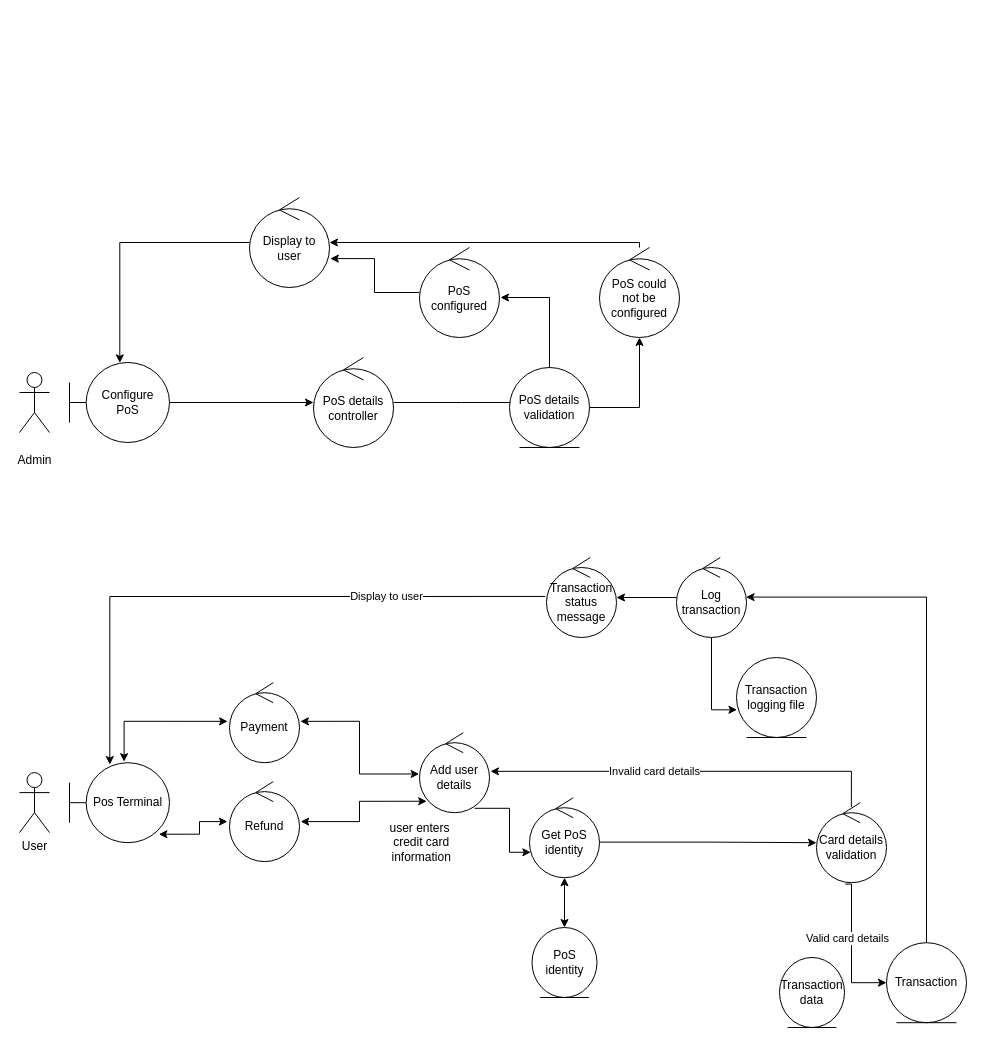
TomStrong/Com528-Assessment keeps this draw.io diagram as docs/UMLDiagrams/RobustnessDiagram.drawio. Above is the earlier version. Source tidied: cells renumbered, new cells numbered last; positions are measured from the earlier drawing's top-left corner, leaving out a move shared by most shapes. Both pictures are drawn from the tidied source at 100%, with x=0, y=0 at pixel (19, 197).
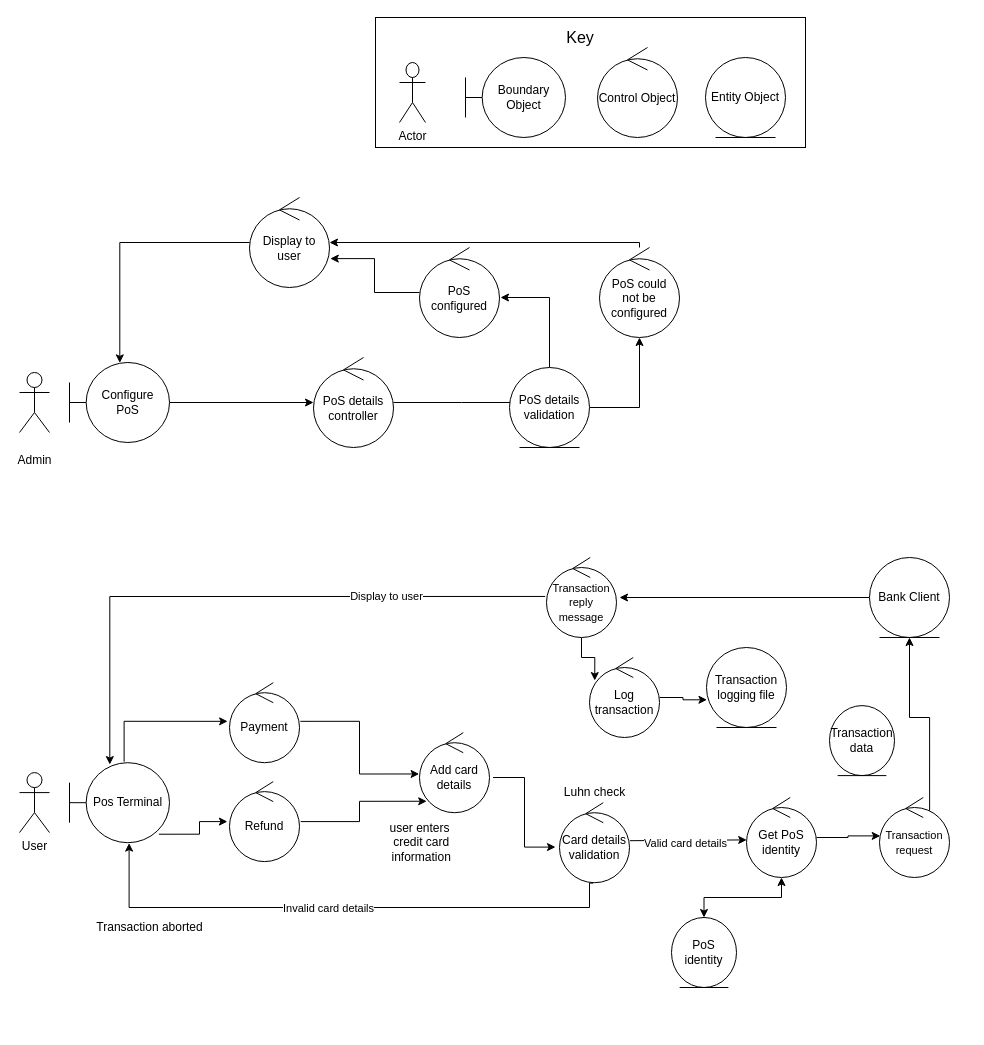
The same diagram, later.

Commit message (it also covers changes not shown here):
tweaked robustness diagram

The change refers to these unchanged cells:
```xml
<mxCell id="9" value="Payment" style="ellipse;shape=umlControl;whiteSpace=wrap;html=1;" parent="1" vertex="1">
  <mxGeometry x="210" y="485.2" width="70" height="80" as="geometry" />
</mxCell>
<mxCell id="17" value="Pos Terminal" style="shape=umlBoundary;whiteSpace=wrap;html=1;" parent="1" vertex="1">
  <mxGeometry x="50" y="565.2" width="100" height="80" as="geometry" />
</mxCell>
<mxCell id="24" value="Refund" style="ellipse;shape=umlControl;whiteSpace=wrap;html=1;" parent="1" vertex="1">
  <mxGeometry x="210" y="584.1" width="70" height="80" as="geometry" />
</mxCell>
```

The edit, as a diff of the source:
```diff
@@
-    <mxCell id="3" style="edgeStyle=orthogonalEdgeStyle;rounded=0;jettySize=auto;html=1;exitX=0.5;exitY=0;exitDx=0;exitDy=0;startArrow=none;startFill=0;endArrow=classic;endFill=1;entryX=0.994;entryY=0.495;entryDx=0;entryDy=0;entryPerimeter=0;" parent="1" edge="1" source="4" target="21">
-      <mxGeometry relative="1" as="geometry">
-        <Array as="points">
-          <mxPoint x="907" y="400" />
-          <mxPoint x="727" y="400" />
-        </Array>
-      </mxGeometry>
-    </mxCell>
+    <mxCell id="46" style="edgeStyle=orthogonalEdgeStyle;rounded=0;jettySize=auto;html=1;startArrow=none;startFill=0;endArrow=classic;endFill=1;" parent="1" edge="1" source="4">
+      <mxGeometry relative="1" as="geometry">
+        <mxPoint x="600" y="400" as="targetPoint" />
+      </mxGeometry>
+    </mxCell>
-    <mxCell id="4" value="Transaction" style="ellipse;shape=umlEntity;whiteSpace=wrap;html=1;" parent="1" vertex="1">
-      <mxGeometry x="867" y="745.2" width="80" height="80" as="geometry" />
+    <mxCell id="4" value="Bank Client" style="ellipse;shape=umlEntity;whiteSpace=wrap;html=1;" parent="1" vertex="1">
+      <mxGeometry x="850" y="360" width="80" height="80" as="geometry" />
     </mxCell>
-    <mxCell id="5" style="edgeStyle=orthogonalEdgeStyle;rounded=0;jettySize=auto;html=1;startArrow=none;startFill=0;endArrow=classic;endFill=1;exitX=0.498;exitY=0.053;exitDx=0;exitDy=0;exitPerimeter=0;entryX=1.014;entryY=0.483;entryDx=0;entryDy=0;entryPerimeter=0;" parent="1" edge="1" source="13" target="26">
+    <mxCell id="5" style="edgeStyle=orthogonalEdgeStyle;rounded=0;jettySize=auto;html=1;startArrow=none;startFill=0;endArrow=classic;endFill=1;exitX=0.48;exitY=1.005;exitDx=0;exitDy=0;exitPerimeter=0;entryX=0.596;entryY=1.005;entryDx=0;entryDy=0;entryPerimeter=0;" parent="1" edge="1" source="13" target="17">
       <mxGeometry relative="1" as="geometry">
         <Array as="points">
-          <mxPoint x="832" y="574" />
+          <mxPoint x="570" y="686" />
+          <mxPoint x="570" y="710" />
+          <mxPoint x="110" y="710" />
         </Array>
       </mxGeometry>
     </mxCell>
@@
-    <mxCell id="7" style="edgeStyle=orthogonalEdgeStyle;rounded=0;jettySize=auto;html=1;entryX=0.546;entryY=-0.012;entryDx=0;entryDy=0;entryPerimeter=0;startArrow=classic;startFill=1;endArrow=classic;endFill=1;exitX=-0.027;exitY=0.483;exitDx=0;exitDy=0;exitPerimeter=0;" parent="1" edge="1" source="9" target="17">
+    <mxCell id="7" style="edgeStyle=orthogonalEdgeStyle;rounded=0;jettySize=auto;html=1;entryX=0.546;entryY=-0.012;entryDx=0;entryDy=0;entryPerimeter=0;startArrow=classic;startFill=1;endArrow=none;endFill=0;exitX=-0.027;exitY=0.483;exitDx=0;exitDy=0;exitPerimeter=0;" parent="1" edge="1" source="9" target="17">
       <mxGeometry relative="1" as="geometry">
         <Array as="points">
           <mxPoint x="105" y="524" />
         </Array>
       </mxGeometry>
     </mxCell>
-    <mxCell id="8" style="edgeStyle=orthogonalEdgeStyle;rounded=0;jettySize=auto;html=1;entryX=-0.005;entryY=0.516;entryDx=0;entryDy=0;entryPerimeter=0;startArrow=classic;startFill=1;endArrow=classic;endFill=1;exitX=1.013;exitY=0.483;exitDx=0;exitDy=0;exitPerimeter=0;" parent="1" edge="1" source="9" target="26">
+    <mxCell id="8" style="edgeStyle=orthogonalEdgeStyle;rounded=0;jettySize=auto;html=1;entryX=-0.005;entryY=0.516;entryDx=0;entryDy=0;entryPerimeter=0;startArrow=none;startFill=0;endArrow=classic;endFill=1;exitX=1.013;exitY=0.483;exitDx=0;exitDy=0;exitPerimeter=0;" parent="1" edge="1" source="9" target="26">
       <mxGeometry relative="1" as="geometry" />
     </mxCell>
@@
-    <mxCell id="10" style="edgeStyle=orthogonalEdgeStyle;rounded=0;jettySize=auto;html=1;startArrow=none;startFill=0;endArrow=classic;endFill=1;entryX=0;entryY=0.5;entryDx=0;entryDy=0;entryPerimeter=0;exitX=0.989;exitY=0.555;exitDx=0;exitDy=0;exitPerimeter=0;" parent="1" edge="1" source="28" target="13">
-      <mxGeometry relative="1" as="geometry" />
+    <mxCell id="10" style="edgeStyle=orthogonalEdgeStyle;rounded=0;jettySize=auto;html=1;startArrow=none;startFill=0;endArrow=classic;endFill=1;entryX=0;entryY=0.5;entryDx=0;entryDy=0;entryPerimeter=0;exitX=0.989;exitY=0.555;exitDx=0;exitDy=0;exitPerimeter=0;" parent="1" edge="1" target="13">
+      <mxGeometry relative="1" as="geometry">
+        <mxPoint x="579.2" y="644.6" as="sourcePoint" />
+      </mxGeometry>
     </mxCell>
-    <mxCell id="11" style="edgeStyle=orthogonalEdgeStyle;rounded=0;jettySize=auto;html=1;entryX=0;entryY=0.5;entryDx=0;entryDy=0;startArrow=none;startFill=0;endArrow=classic;endFill=1;exitX=0.41;exitY=1.017;exitDx=0;exitDy=0;exitPerimeter=0;" parent="1" edge="1" source="13" target="4">
+    <mxCell id="11" style="edgeStyle=orthogonalEdgeStyle;rounded=0;jettySize=auto;html=1;entryX=0.003;entryY=0.53;entryDx=0;entryDy=0;startArrow=none;startFill=0;endArrow=classic;endFill=1;exitX=1.006;exitY=0.475;exitDx=0;exitDy=0;exitPerimeter=0;entryPerimeter=0;" parent="1" edge="1" source="13" target="28">
       <mxGeometry relative="1" as="geometry">
         <Array as="points">
-          <mxPoint x="832" y="687" />
-          <mxPoint x="832" y="785" />
+          <mxPoint x="610" y="642" />
         </Array>
       </mxGeometry>
     </mxCell>
     <mxCell id="12" value="Valid card details" style="edgeLabel;html=1;align=center;verticalAlign=middle;" parent="11" vertex="1">
       <mxGeometry x="-0.22" relative="1" as="geometry">
-        <mxPoint x="-5" y="5" as="offset" />
+        <mxPoint x="8.6" y="2.3" as="offset" />
       </mxGeometry>
     </mxCell>
     <mxCell id="13" value="Card details validation" style="ellipse;shape=umlControl;whiteSpace=wrap;html=1;" parent="1" vertex="1">
-      <mxGeometry x="797" y="605.2" width="70" height="80" as="geometry" />
+      <mxGeometry x="540" y="605.2" width="70" height="80" as="geometry" />
     </mxCell>
@@
+    <mxCell id="47" style="edgeStyle=orthogonalEdgeStyle;rounded=0;jettySize=auto;html=1;entryX=0.075;entryY=0.288;entryDx=0;entryDy=0;entryPerimeter=0;startArrow=none;startFill=0;endArrow=classic;endFill=1;" parent="1" edge="1" source="16" target="21">
+      <mxGeometry relative="1" as="geometry" />
+    </mxCell>
-    <mxCell id="16" value="Transaction status message" style="ellipse;shape=umlControl;whiteSpace=wrap;html=1;" parent="1" vertex="1">
+    <mxCell id="16" value="&lt;font style=&quot;font-size: 11px&quot;&gt;Transaction reply message&lt;/font&gt;" style="ellipse;shape=umlControl;whiteSpace=wrap;html=1;" parent="1" vertex="1">
       <mxGeometry x="527" y="360" width="70" height="80" as="geometry" />
     </mxCell>
@@
     <mxCell id="18" value="Transaction logging file" style="ellipse;shape=umlEntity;whiteSpace=wrap;html=1;" parent="1" vertex="1">
-      <mxGeometry x="717" y="460" width="80" height="80" as="geometry" />
+      <mxGeometry x="687" y="450" width="80" height="80" as="geometry" />
     </mxCell>
@@
-    <mxCell id="20" style="edgeStyle=orthogonalEdgeStyle;rounded=0;jettySize=auto;html=1;" parent="1" edge="1" source="21" target="16">
-      <mxGeometry relative="1" as="geometry" />
-    </mxCell>
     <mxCell id="21" value="Log transaction" style="ellipse;shape=umlControl;whiteSpace=wrap;html=1;" parent="1" vertex="1">
-      <mxGeometry x="657" y="360" width="70" height="80" as="geometry" />
+      <mxGeometry x="570" y="460" width="70" height="80" as="geometry" />
     </mxCell>
-    <mxCell id="22" style="edgeStyle=orthogonalEdgeStyle;rounded=0;jettySize=auto;html=1;startArrow=classic;startFill=1;endArrow=classic;endFill=1;entryX=0.894;entryY=0.894;entryDx=0;entryDy=0;entryPerimeter=0;exitX=-0.03;exitY=0.5;exitDx=0;exitDy=0;exitPerimeter=0;" parent="1" edge="1" source="24" target="17">
+    <mxCell id="22" style="edgeStyle=orthogonalEdgeStyle;rounded=0;jettySize=auto;html=1;startArrow=classic;startFill=1;endArrow=none;endFill=0;entryX=0.894;entryY=0.894;entryDx=0;entryDy=0;entryPerimeter=0;exitX=-0.03;exitY=0.5;exitDx=0;exitDy=0;exitPerimeter=0;" parent="1" edge="1" source="24" target="17">
       <mxGeometry relative="1" as="geometry" />
     </mxCell>
-    <mxCell id="23" style="edgeStyle=orthogonalEdgeStyle;rounded=0;jettySize=auto;html=1;entryX=0.103;entryY=0.857;entryDx=0;entryDy=0;entryPerimeter=0;startArrow=classic;startFill=1;endArrow=classic;endFill=1;exitX=1.017;exitY=0.5;exitDx=0;exitDy=0;exitPerimeter=0;" parent="1" edge="1" source="24" target="26">
+    <mxCell id="23" style="edgeStyle=orthogonalEdgeStyle;rounded=0;jettySize=auto;html=1;entryX=0.103;entryY=0.857;entryDx=0;entryDy=0;entryPerimeter=0;startArrow=none;startFill=0;endArrow=classic;endFill=1;exitX=1.017;exitY=0.5;exitDx=0;exitDy=0;exitPerimeter=0;" parent="1" edge="1" source="24" target="26">
       <mxGeometry relative="1" as="geometry" />
     </mxCell>
@@
-    <mxCell id="25" style="edgeStyle=orthogonalEdgeStyle;rounded=0;jettySize=auto;html=1;entryX=0.019;entryY=0.682;entryDx=0;entryDy=0;entryPerimeter=0;startArrow=none;startFill=0;endArrow=classic;endFill=1;exitX=0.786;exitY=0.945;exitDx=0;exitDy=0;exitPerimeter=0;" parent="1" edge="1" source="26" target="28">
+    <mxCell id="25" style="edgeStyle=orthogonalEdgeStyle;rounded=0;jettySize=auto;html=1;entryX=-0.057;entryY=0.555;entryDx=0;entryDy=0;entryPerimeter=0;startArrow=none;startFill=0;endArrow=classic;endFill=1;exitX=1.051;exitY=0.56;exitDx=0;exitDy=0;exitPerimeter=0;" parent="1" edge="1" source="26" target="13">
       <mxGeometry relative="1" as="geometry" />
     </mxCell>
-    <mxCell id="26" value="Add user details" style="ellipse;shape=umlControl;whiteSpace=wrap;html=1;" parent="1" vertex="1">
+    <mxCell id="26" value="Add card details" style="ellipse;shape=umlControl;whiteSpace=wrap;html=1;" parent="1" vertex="1">
       <mxGeometry x="400" y="535.2" width="70" height="80" as="geometry" />
     </mxCell>
-    <mxCell id="27" value="Transaction data" style="ellipse;shape=umlEntity;whiteSpace=wrap;html=1;" parent="1" vertex="1">
-      <mxGeometry x="760" y="760" width="65" height="70" as="geometry" />
-    </mxCell>
-    <mxCell id="28" value="Get PoS&lt;br&gt;identity" style="ellipse;shape=umlControl;whiteSpace=wrap;html=1;" parent="1" vertex="1">
-      <mxGeometry x="510" y="600.2" width="70" height="80" as="geometry" />
-    </mxCell>
@@
     <mxCell id="44" value="PoS identity" style="ellipse;shape=umlEntity;whiteSpace=wrap;html=1;" parent="1" vertex="1">
-      <mxGeometry x="512.5" y="730" width="65" height="70" as="geometry" />
+      <mxGeometry x="652" y="720" width="65" height="70" as="geometry" />
     </mxCell>
@@
+    <mxCell id="48" style="edgeStyle=orthogonalEdgeStyle;rounded=0;jettySize=auto;html=1;entryX=0.011;entryY=0.48;entryDx=0;entryDy=0;startArrow=none;startFill=0;endArrow=classic;endFill=1;entryPerimeter=0;" parent="1" edge="1" source="28" target="52">
+      <mxGeometry relative="1" as="geometry" />
+    </mxCell>
+    <mxCell id="28" value="Get PoS&lt;br&gt;identity" style="ellipse;shape=umlControl;whiteSpace=wrap;html=1;" parent="1" vertex="1">
+      <mxGeometry x="727" y="600" width="70" height="80" as="geometry" />
+    </mxCell>
+    <mxCell id="49" value="Luhn check" style="text;html=1;align=center;verticalAlign=middle;strokeColor=none;fillColor=none;" parent="1" vertex="1">
+      <mxGeometry x="535" y="585.2" width="80" height="20" as="geometry" />
+    </mxCell>
+    <mxCell id="50" value="Transaction aborted" style="text;html=1;align=center;verticalAlign=middle;strokeColor=none;fillColor=none;" parent="1" vertex="1">
+      <mxGeometry x="70" y="720" width="120" height="20" as="geometry" />
+    </mxCell>
+    <mxCell id="51" style="edgeStyle=orthogonalEdgeStyle;rounded=0;jettySize=auto;html=1;startArrow=none;startFill=0;endArrow=classic;endFill=1;entryX=0.5;entryY=1;entryDx=0;entryDy=0;exitX=0.716;exitY=0.165;exitDx=0;exitDy=0;exitPerimeter=0;" parent="1" edge="1" source="52" target="4">
+      <mxGeometry relative="1" as="geometry" />
+    </mxCell>
+    <mxCell id="52" value="&lt;font style=&quot;font-size: 11px&quot;&gt;Transaction request&lt;/font&gt;" style="ellipse;shape=umlControl;whiteSpace=wrap;html=1;" parent="1" vertex="1">
+      <mxGeometry x="860" y="600" width="70" height="80" as="geometry" />
+    </mxCell>
+    <mxCell id="27" value="Transaction data" style="ellipse;shape=umlEntity;whiteSpace=wrap;html=1;" parent="1" vertex="1">
+      <mxGeometry x="810" y="508.1" width="65" height="70" as="geometry" />
+    </mxCell>
+    <mxCell id="53" style="rounded=0;whiteSpace=wrap;html=1;" parent="1" vertex="1">
+      <mxGeometry x="356" y="-180" width="430" height="130" as="geometry" />
+    </mxCell>
+    <mxCell id="54" value="Boundary Object" style="shape=umlBoundary;whiteSpace=wrap;html=1;" parent="1" vertex="1">
+      <mxGeometry x="446" y="-140" width="100" height="80" as="geometry" />
+    </mxCell>
+    <mxCell id="55" value="Control Object" style="ellipse;shape=umlControl;whiteSpace=wrap;html=1;" parent="1" vertex="1">
+      <mxGeometry x="578" y="-150" width="80" height="90" as="geometry" />
+    </mxCell>
+    <mxCell id="56" value="Entity Object" style="ellipse;shape=umlEntity;whiteSpace=wrap;html=1;" parent="1" vertex="1">
+      <mxGeometry x="686" y="-140" width="80" height="80" as="geometry" />
+    </mxCell>
+    <mxCell id="57" value="&lt;font style=&quot;font-size: 16px&quot;&gt;Key&lt;/font&gt;" style="text;html=1;strokeColor=none;fillColor=none;align=center;verticalAlign=middle;whiteSpace=wrap;rounded=0;" parent="1" vertex="1">
+      <mxGeometry x="541" y="-170" width="40" height="20" as="geometry" />
+    </mxCell>
+    <mxCell id="58" value="Actor" style="shape=umlActor;verticalLabelPosition=bottom;verticalAlign=top;html=1;" parent="1" vertex="1">
+      <mxGeometry x="380" y="-135" width="26" height="60" as="geometry" />
+    </mxCell>
```
